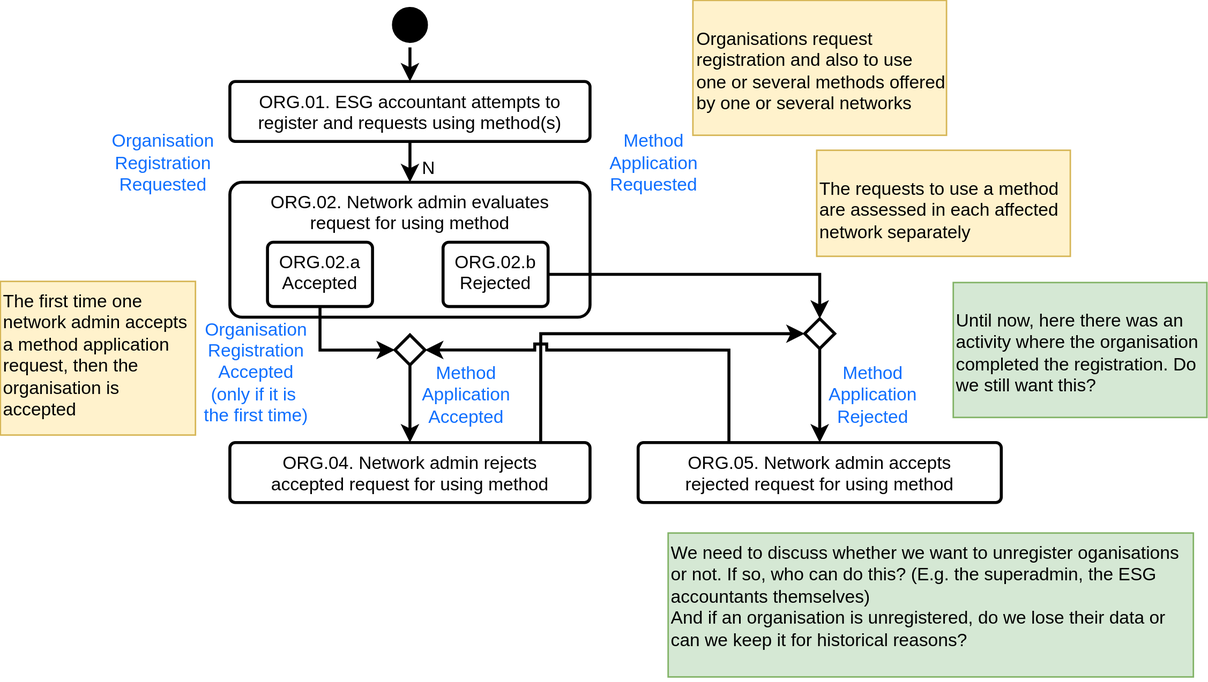
Show-your-Heart/ShowYourHeart-docs keeps this draw.io diagram as Process/ProcessORG.svg. Above is the earlier version. Source tidied: cells renumbered, new cells last; positions are measured from the earlier drawing's top-left corner, leaving out a move shared by most shapes.
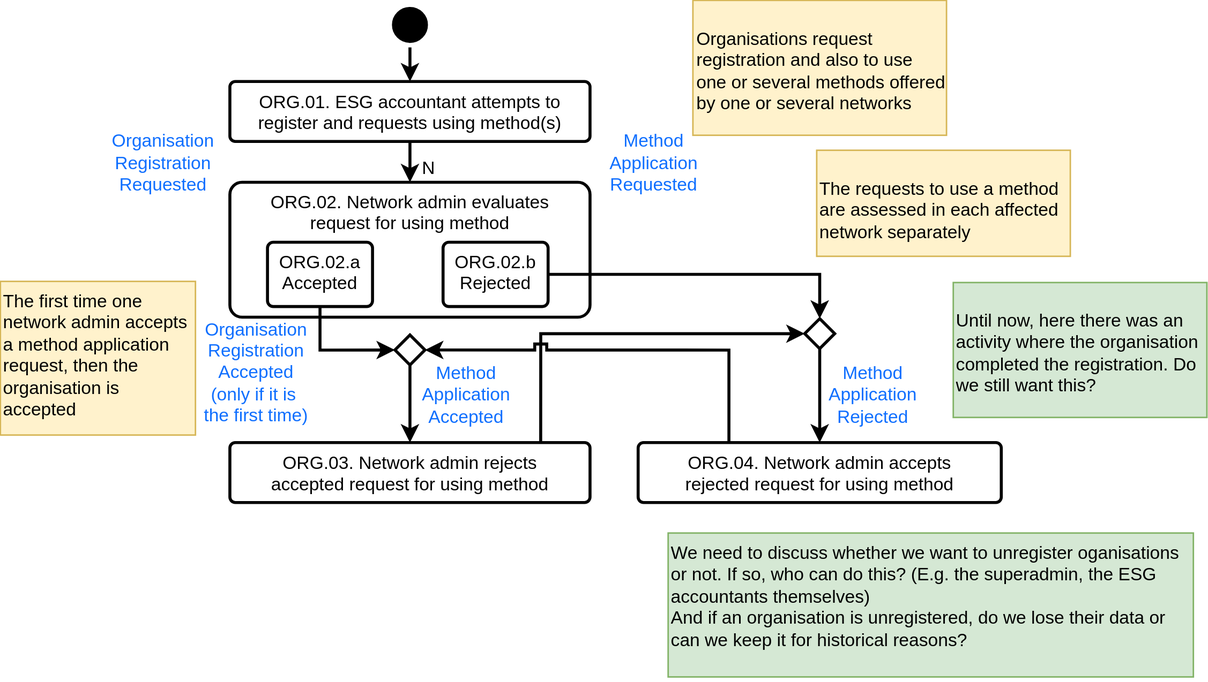
Above is the later version.

Change to the diagram source:
```diff
@@ -20,7 +20,7 @@
     <mxCell id="7" value="ORG.01. ESG accountant attempts to register and requests using method(s)" style="rounded=1;whiteSpace=wrap;html=1;shadow=0;verticalAlign=top;spacingLeft=10;spacingRight=10;arcSize=9;strokeWidth=2;" parent="1" vertex="1">
       <mxGeometry x="152.9" y="54.1" width="240" height="40" as="geometry" />
     </mxCell>
-    <mxCell id="8" value="ORG.04. Network admin rejects accepted request for using method " style="rounded=1;whiteSpace=wrap;html=1;shadow=0;verticalAlign=top;spacingLeft=10;spacingRight=10;arcSize=9;strokeWidth=2;" parent="1" vertex="1">
+    <mxCell id="8" value="ORG.03. Network admin rejects accepted request for using method " style="rounded=1;whiteSpace=wrap;html=1;shadow=0;verticalAlign=top;spacingLeft=10;spacingRight=10;arcSize=9;strokeWidth=2;" parent="1" vertex="1">
       <mxGeometry x="152.9" y="295" width="240" height="40" as="geometry" />
     </mxCell>
     <mxCell id="9" style="edgeStyle=orthogonalEdgeStyle;rounded=0;jumpStyle=sharp;jettySize=auto;html=1;startArrow=none;exitX=0.5;exitY=1;exitDx=0;exitDy=0;strokeWidth=2;entryX=0;entryY=0.5;entryDx=0;entryDy=0;" parent="1" edge="1" source="11" target="18">
@@ -35,7 +35,7 @@
     <mxCell id="12" value="ORG.02.b&lt;div&gt;Rejected&lt;br&gt;&lt;/div&gt;" style="rounded=1;whiteSpace=wrap;html=1;shadow=0;verticalAlign=top;spacingLeft=10;spacingRight=10;arcSize=9;strokeWidth=2;" parent="1" vertex="1">
       <mxGeometry x="295" y="161.4" width="70" height="42.9" as="geometry" />
     </mxCell>
-    <mxCell id="13" value="ORG.05. Network admin accepts rejected request for using method" style="rounded=1;whiteSpace=wrap;html=1;shadow=0;verticalAlign=top;spacingLeft=10;spacingRight=10;arcSize=9;strokeWidth=2;" parent="1" vertex="1">
+    <mxCell id="13" value="ORG.04. Network admin accepts rejected request for using method" style="rounded=1;whiteSpace=wrap;html=1;shadow=0;verticalAlign=top;spacingLeft=10;spacingRight=10;arcSize=9;strokeWidth=2;" parent="1" vertex="1">
       <mxGeometry x="425" y="295" width="242" height="40" as="geometry" />
     </mxCell>
     <mxCell id="14" value="&lt;div&gt;&lt;div&gt;&lt;span style=&quot;color: rgb(15, 111, 255);&quot;&gt;Method&lt;/span&gt;&lt;/div&gt;&lt;div&gt;&lt;span style=&quot;color: rgb(15, 111, 255);&quot;&gt;Application&lt;/span&gt;&lt;/div&gt;&lt;/div&gt;&lt;div&gt;&lt;span style=&quot;color: rgb(15, 111, 255);&quot;&gt;Rejected&lt;/span&gt;&lt;/div&gt;" style="text;html=1;align=center;verticalAlign=middle;strokeColor=none;fillColor=none;" parent="1" vertex="1">
```
